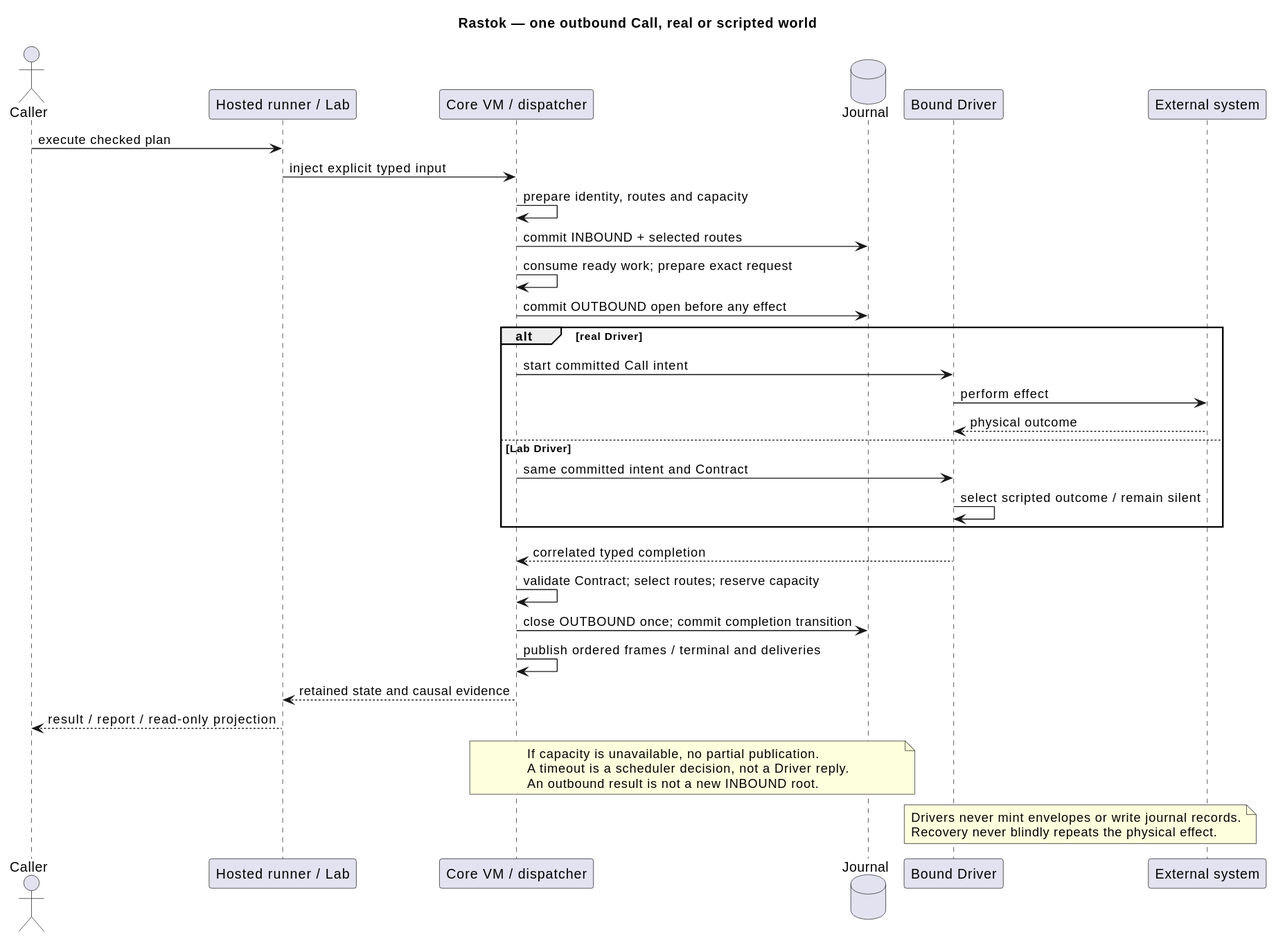
The PlantUML diagram docs/architecture/04-app-lab-effect-cycle.svg in rastok-io/rastok, before a commit.
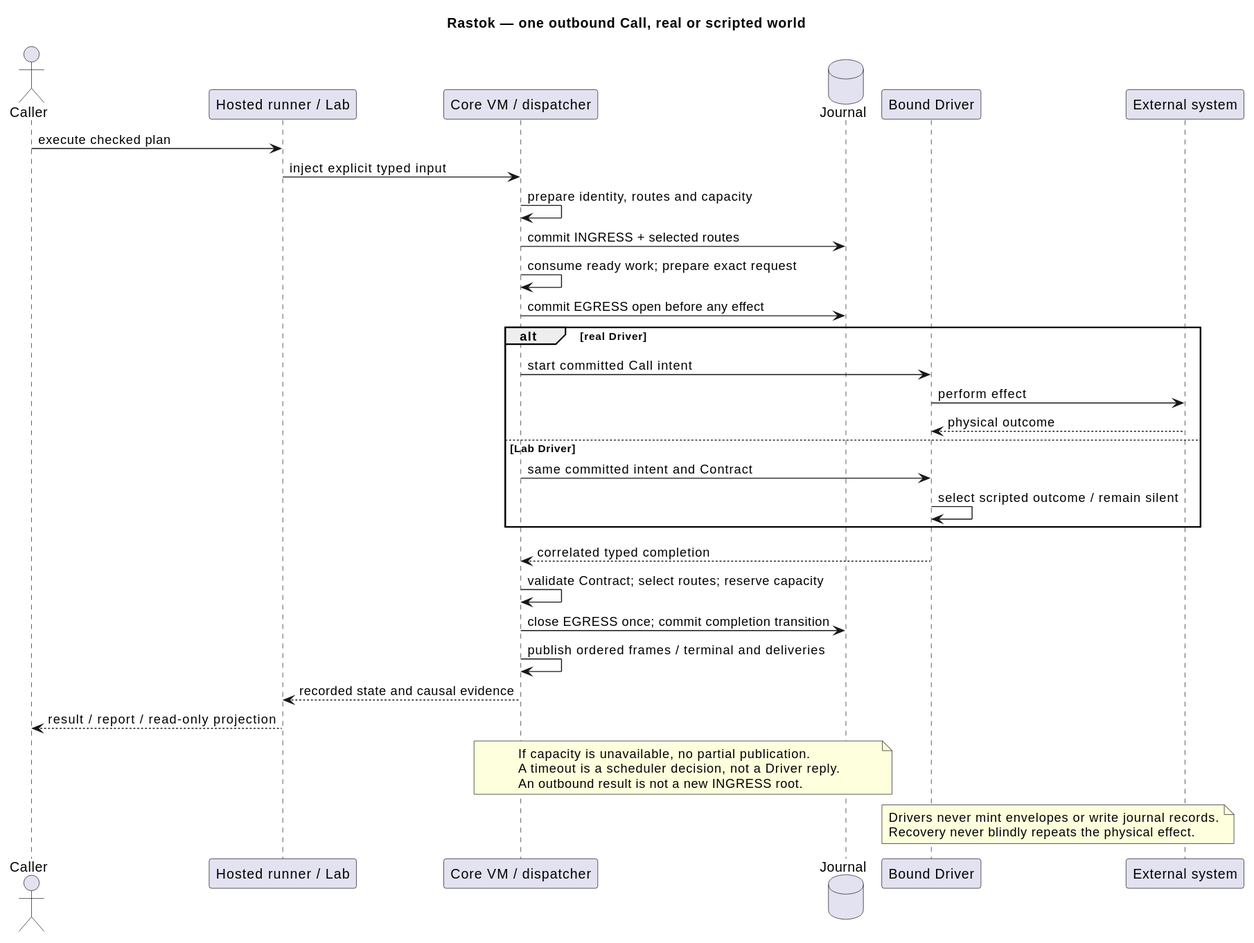
Later version of the same file.

The edit, as a diff of the source:
```diff
@@ -13,9 +13,9 @@
 Caller -> Entry: execute checked plan
 Entry -> Core: inject explicit typed input
 Core -> Core: prepare identity, routes and capacity
-Core -> Journal: commit INBOUND + selected routes
+Core -> Journal: commit INGRESS + selected routes
 Core -> Core: consume ready work; prepare exact request
-Core -> Journal: commit OUTBOUND open before any effect
+Core -> Journal: commit EGRESS open before any effect
 
 alt real Driver
   Core -> Driver: start committed Call intent
@@ -28,15 +28,15 @@
 
 Driver --> Core: correlated typed completion
 Core -> Core: validate Contract; select routes; reserve capacity
-Core -> Journal: close OUTBOUND once; commit completion transition
+Core -> Journal: close EGRESS once; commit completion transition
 Core -> Core: publish ordered frames / terminal and deliveries
-Core --> Entry: retained state and causal evidence
+Core --> Entry: recorded state and causal evidence
 Entry --> Caller: result / report / read-only projection
 
 note over Core,Journal
 If capacity is unavailable, no partial publication.
 A timeout is a scheduler decision, not a Driver reply.
-An outbound result is not a new INBOUND root.
+An outbound result is not a new INGRESS root.
 end note
 note over Driver,World
 Drivers never mint envelopes or write journal records.
```
